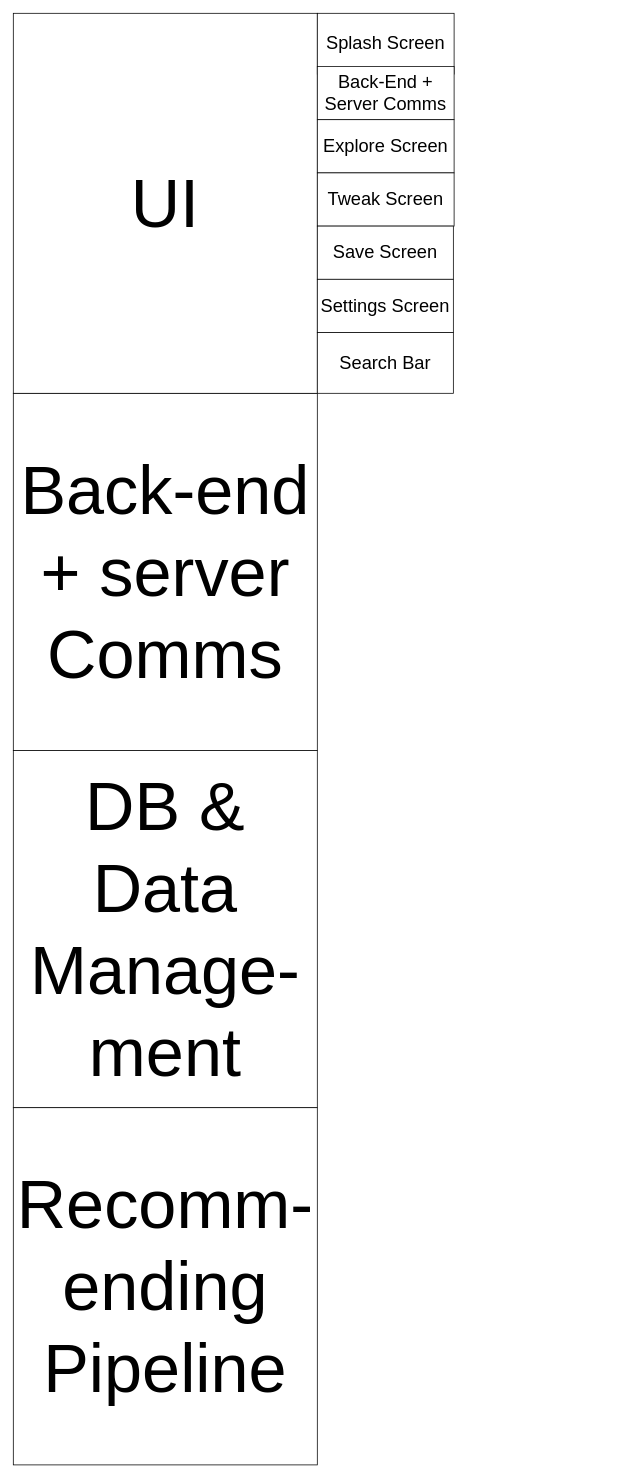
Earlier version of the draw.io diagram TheNavigationProject/development_plan.drawio (DariaVesela/TheNavigationProject). Source tidied: cells renumbered, new cells numbered last; positions are measured from the earlier drawing's top-left corner, leaving out a move shared by most shapes. Both pictures are drawn from the tidied source at 76%, with x=0, y=0 at pixel (13, 13).
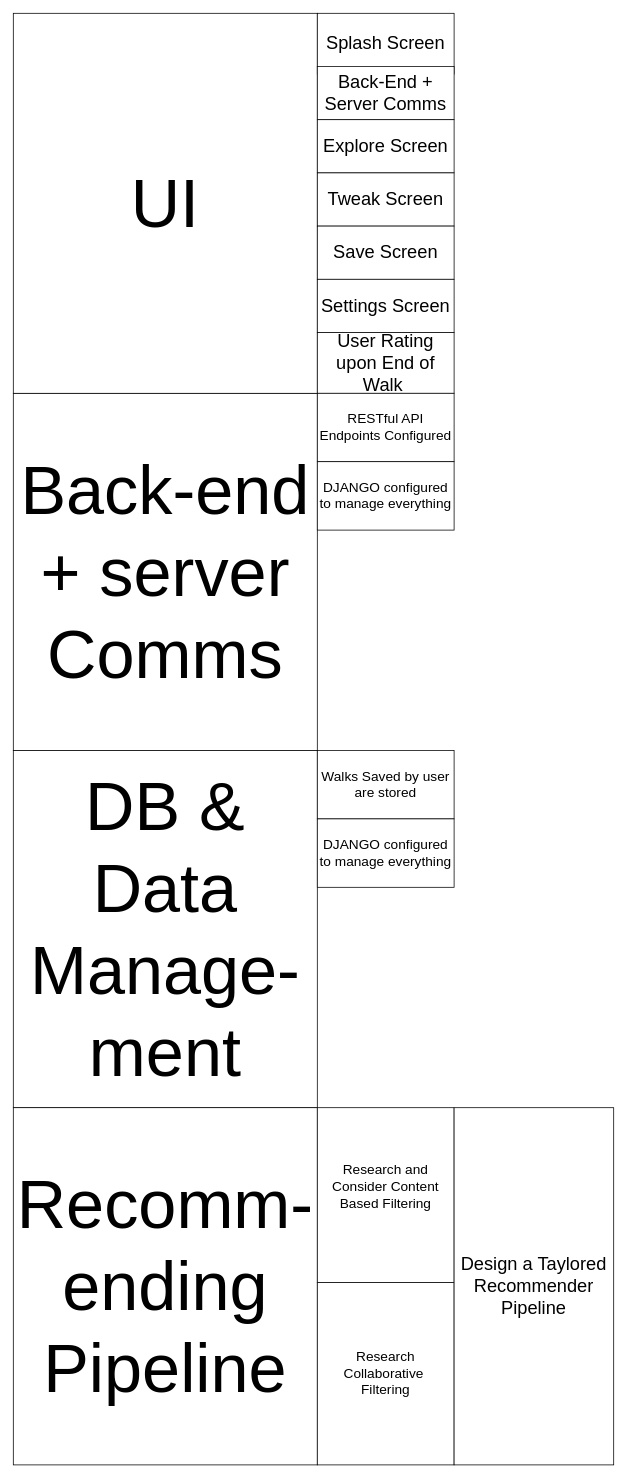
The same page after the edit.

Commit message:
Added Recommender Pipeline Steps

What changed in the source:
```diff
@@
 <mxGraphModel>
   <root>
     <mxCell id="0" />
     <mxCell id="1" parent="0" />
     <mxCell id="2" value="&lt;font style=&quot;font-size: 90px;&quot;&gt;Back-end + server Comms&lt;/font&gt;" style="rounded=0;whiteSpace=wrap;html=1;" parent="1" vertex="1">
       <mxGeometry y="500" width="400" height="470" as="geometry" />
     </mxCell>
     <mxCell id="3" value="&lt;font style=&quot;font-size: 90px;&quot;&gt;UI&lt;/font&gt;" style="rounded=0;whiteSpace=wrap;html=1;" parent="1" vertex="1">
       <mxGeometry width="400" height="500" as="geometry" />
     </mxCell>
     <mxCell id="4" value="&lt;font style=&quot;font-size: 90px;&quot;&gt;DB &amp;amp; Data Manage-m&lt;/font&gt;&lt;span style=&quot;font-size: 90px; background-color: initial;&quot;&gt;ent&lt;/span&gt;" style="rounded=0;whiteSpace=wrap;html=1;" parent="1" vertex="1">
       <mxGeometry y="970" width="400" height="470" as="geometry" />
     </mxCell>
     <mxCell id="5" value="&lt;font style=&quot;font-size: 90px;&quot;&gt;Recomm-ending Pipeline&lt;/font&gt;" style="rounded=0;whiteSpace=wrap;html=1;" parent="1" vertex="1">
       <mxGeometry y="1440" width="400" height="470" as="geometry" />
     </mxCell>
     <mxCell id="6" value="&lt;font style=&quot;font-size: 24px;&quot;&gt;Splash Screen&lt;/font&gt;" style="rounded=0;whiteSpace=wrap;html=1;" parent="1" vertex="1">
       <mxGeometry x="400" width="180" height="80" as="geometry" />
     </mxCell>
     <mxCell id="7" value="&lt;font style=&quot;font-size: 24px;&quot;&gt;Back-End + Server Comms&lt;/font&gt;" style="rounded=0;whiteSpace=wrap;html=1;" parent="1" vertex="1">
       <mxGeometry x="400" y="70" width="180" height="70" as="geometry" />
     </mxCell>
     <mxCell id="8" value="&lt;span style=&quot;font-size: 24px;&quot;&gt;Explore Screen&lt;/span&gt;" style="rounded=0;whiteSpace=wrap;html=1;" parent="1" vertex="1">
       <mxGeometry x="400" y="140" width="180" height="70" as="geometry" />
     </mxCell>
     <mxCell id="9" value="&lt;font style=&quot;font-size: 24px;&quot;&gt;Tweak Screen&lt;/font&gt;" style="rounded=0;whiteSpace=wrap;html=1;" parent="1" vertex="1">
       <mxGeometry x="400" y="210" width="180" height="70" as="geometry" />
     </mxCell>
     <mxCell id="10" value="&lt;font style=&quot;font-size: 24px;&quot;&gt;Save Screen&lt;/font&gt;" style="rounded=0;whiteSpace=wrap;html=1;" parent="1" vertex="1">
-      <mxGeometry x="400" y="280" width="179" height="70" as="geometry" />
+      <mxGeometry x="400" y="280" width="180" height="70" as="geometry" />
     </mxCell>
     <mxCell id="11" value="&lt;font style=&quot;font-size: 24px;&quot;&gt;Settings Screen&lt;/font&gt;" style="rounded=0;whiteSpace=wrap;html=1;" parent="1" vertex="1">
-      <mxGeometry x="400" y="350" width="179" height="70" as="geometry" />
+      <mxGeometry x="400" y="350" width="180" height="70" as="geometry" />
     </mxCell>
-    <mxCell id="12" value="&lt;font style=&quot;font-size: 24px;&quot;&gt;Search Bar&lt;/font&gt;" style="rounded=0;whiteSpace=wrap;html=1;" parent="1" vertex="1">
-      <mxGeometry x="400" y="420" width="179" height="80" as="geometry" />
+    <mxCell id="12" value="&lt;font style=&quot;font-size: 24px;&quot;&gt;User Rating upon End of Walk&amp;nbsp;&lt;/font&gt;" style="rounded=0;whiteSpace=wrap;html=1;" parent="1" vertex="1">
+      <mxGeometry x="400" y="420" width="180" height="80" as="geometry" />
     </mxCell>
+    <mxCell id="13" value="&lt;font style=&quot;font-size: 18px;&quot;&gt;RESTful API Endpoints Configured&lt;/font&gt;" style="rounded=0;whiteSpace=wrap;html=1;" parent="1" vertex="1">
+      <mxGeometry x="400" y="500" width="180" height="90" as="geometry" />
+    </mxCell>
+    <mxCell id="14" value="&lt;font style=&quot;font-size: 18px;&quot;&gt;DJANGO configured to manage everything&lt;/font&gt;" style="rounded=0;whiteSpace=wrap;html=1;" parent="1" vertex="1">
+      <mxGeometry x="400" y="590" width="180" height="90" as="geometry" />
+    </mxCell>
+    <mxCell id="15" value="&lt;span style=&quot;font-size: 18px;&quot;&gt;Walks Saved by user are stored&lt;/span&gt;" style="rounded=0;whiteSpace=wrap;html=1;" parent="1" vertex="1">
+      <mxGeometry x="400" y="970" width="180" height="90" as="geometry" />
+    </mxCell>
+    <mxCell id="16" value="&lt;font style=&quot;font-size: 18px;&quot;&gt;DJANGO configured to manage everything&lt;/font&gt;" style="rounded=0;whiteSpace=wrap;html=1;" parent="1" vertex="1">
+      <mxGeometry x="400" y="1060" width="180" height="90" as="geometry" />
+    </mxCell>
+    <mxCell id="17" value="&lt;span style=&quot;font-size: 18px;&quot;&gt;Research Collaborative&amp;nbsp;&lt;/span&gt;&lt;div&gt;&lt;span style=&quot;font-size: 18px;&quot;&gt;Filtering&lt;/span&gt;&lt;/div&gt;" style="rounded=0;whiteSpace=wrap;html=1;" parent="1" vertex="1">
+      <mxGeometry x="400" y="1670" width="180" height="240" as="geometry" />
+    </mxCell>
+    <mxCell id="18" value="&lt;font style=&quot;font-size: 18px;&quot;&gt;Research and Consider Content Based Filtering&lt;/font&gt;&lt;div&gt;&lt;font style=&quot;font-size: 18px;&quot;&gt;&lt;br&gt;&lt;/font&gt;&lt;/div&gt;" style="rounded=0;whiteSpace=wrap;html=1;" parent="1" vertex="1">
+      <mxGeometry x="400" y="1440" width="180" height="230" as="geometry" />
+    </mxCell>
+    <mxCell id="19" value="&lt;font style=&quot;font-size: 24px;&quot;&gt;Design a Taylored Recommender Pipeline&lt;/font&gt;" style="rounded=0;whiteSpace=wrap;html=1;" parent="1" vertex="1">
+      <mxGeometry x="580" y="1440" width="210" height="470" as="geometry" />
+    </mxCell>
   </root>
 </mxGraphModel>
```
